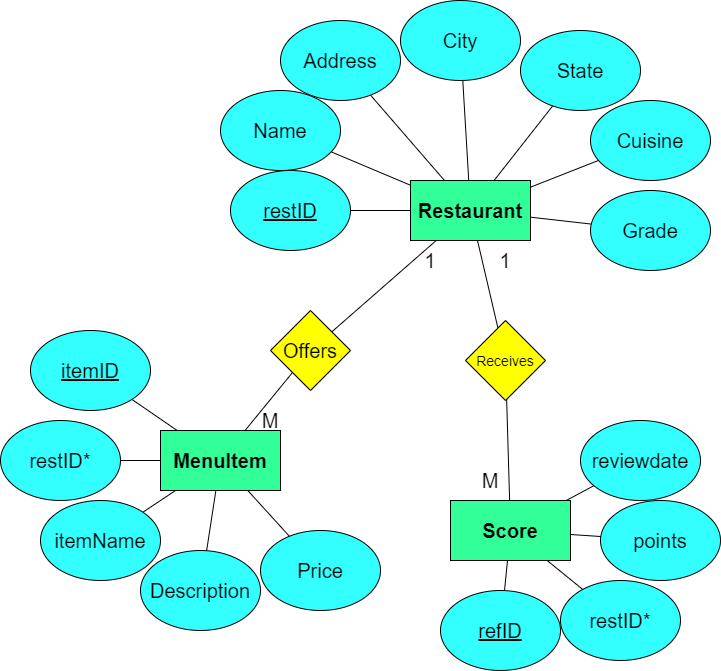
Earlier version of the draw.io export 221024_batch/w9/2022_12_19_SQL/restaurants_erd.png (221024-NET/AkhilB). Source tidied: cells renumbered, new cells last; positions are measured from the earlier drawing's top-left corner, leaving out a move shared by most shapes.
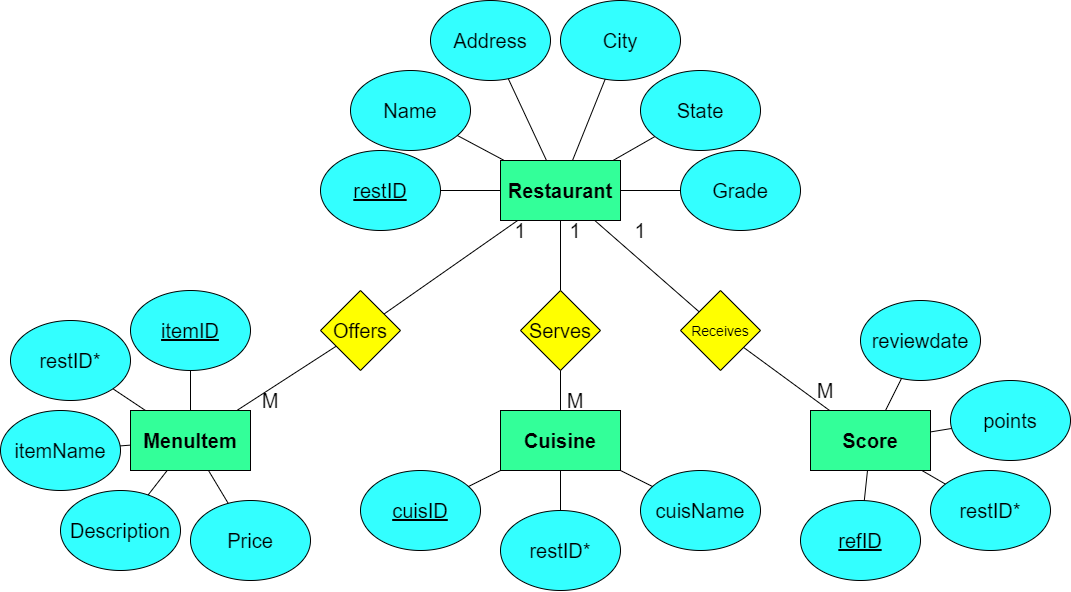
Above is the later version.

Diff of the diagram source:
```diff
@@ -5,3 +5,3 @@
     <mxCell id="2" style="group;" parent="1" vertex="1">
-      <mxGeometry x="220" y="90" width="120" height="80" as="geometry" />
+      <mxGeometry x="260" y="90" width="120" height="80" as="geometry" />
     </mxCell>
@@ -23,3 +23,3 @@
     <mxCell id="8" style="group;" parent="1" vertex="1">
-      <mxGeometry x="280" y="20" width="120" height="80" as="geometry" />
+      <mxGeometry x="340" y="20" width="120" height="80" as="geometry" />
     </mxCell>
@@ -32,3 +32,3 @@
     <mxCell id="11" style="group;" parent="1" vertex="1">
-      <mxGeometry x="400" width="120" height="80" as="geometry" />
+      <mxGeometry x="470" y="20" width="120" height="80" as="geometry" />
     </mxCell>
@@ -41,3 +41,3 @@
     <mxCell id="14" style="group;" parent="1" vertex="1">
-      <mxGeometry x="520" y="30" width="120" height="80" as="geometry" />
+      <mxGeometry x="550" y="90" width="120" height="80" as="geometry" />
     </mxCell>
@@ -50,3 +50,3 @@
     <mxCell id="17" style="group;" parent="1" vertex="1">
-      <mxGeometry x="590" y="190" width="120" height="80" as="geometry" />
+      <mxGeometry x="590" y="170" width="120" height="80" as="geometry" />
     </mxCell>
@@ -74,3 +74,3 @@
     <mxCell id="25" style="group;" parent="1" vertex="1">
-      <mxGeometry x="270" y="310" width="80" height="80" as="geometry" />
+      <mxGeometry x="230" y="310" width="80" height="80" as="geometry" />
     </mxCell>
@@ -89,9 +89,99 @@
     <mxCell id="30" value="1" style="text;html=1;strokeColor=none;fillColor=none;align=center;verticalAlign=middle;whiteSpace=wrap;rounded=0;fontSize=20;" parent="1" vertex="1">
-      <mxGeometry x="420" y="250" width="20" height="20" as="geometry" />
+      <mxGeometry x="420" y="240" width="20" height="20" as="geometry" />
     </mxCell>
+    <mxCell id="52" style="group;" parent="1" vertex="1">
+      <mxGeometry x="590" y="310" width="80" height="80" as="geometry" />
+    </mxCell>
+    <mxCell id="53" style="rhombus;whiteSpace=wrap;html=1;fontSize=20;fillColor=#FFFF00;" parent="52" vertex="1">
+      <mxGeometry width="80" height="80" as="geometry" />
+    </mxCell>
+    <mxCell id="54" value="&lt;font style=&quot;font-size: 14px;&quot;&gt;Receives&lt;/font&gt;" style="text;html=1;strokeColor=none;fillColor=none;align=center;verticalAlign=middle;whiteSpace=wrap;rounded=0;fontSize=20;" parent="52" vertex="1">
+      <mxGeometry x="10" y="20" width="60" height="35" as="geometry" />
+    </mxCell>
+    <mxCell id="55" style="endArrow=none;html=1;rounded=0;fontSize=14;" parent="1" edge="1" source="59" target="53">
+      <mxGeometry relative="1" as="geometry" />
+    </mxCell>
+    <mxCell id="56" style="endArrow=none;html=1;rounded=0;fontSize=14;" parent="1" edge="1" source="53" target="84">
+      <mxGeometry relative="1" as="geometry" />
+    </mxCell>
+    <mxCell id="57" value="1" style="text;html=1;strokeColor=none;fillColor=none;align=center;verticalAlign=middle;whiteSpace=wrap;rounded=0;fontSize=20;" parent="1" vertex="1">
+      <mxGeometry x="540" y="240" width="20" height="20" as="geometry" />
+    </mxCell>
+    <mxCell id="58" style="group;" parent="1" vertex="1">
+      <mxGeometry x="410" y="180" width="120" height="60" as="geometry" />
+    </mxCell>
+    <mxCell id="59" style="rounded=0;whiteSpace=wrap;html=1;fillColor=#33FF99;" parent="58" vertex="1">
+      <mxGeometry width="120" height="60" as="geometry" />
+    </mxCell>
+    <mxCell id="60" value="&lt;b&gt;&lt;font style=&quot;font-size: 20px;&quot;&gt;Restaurant&lt;/font&gt;&lt;/b&gt;" style="text;html=1;strokeColor=none;fillColor=#33FF99;align=center;verticalAlign=middle;whiteSpace=wrap;rounded=0;" parent="58" vertex="1">
+      <mxGeometry x="10" y="10" width="100" height="40" as="geometry" />
+    </mxCell>
+    <mxCell id="68" style="endArrow=none;html=1;" parent="1" edge="1" source="59" target="3">
+      <mxGeometry relative="1" as="geometry" />
+    </mxCell>
+    <mxCell id="90" style="group;" parent="1" vertex="1">
+      <mxGeometry x="270" y="430" width="400" height="180" as="geometry" />
+    </mxCell>
+    <mxCell id="91" style="group;" parent="90" vertex="1">
+      <mxGeometry x="140" width="120" height="60" as="geometry" />
+    </mxCell>
+    <mxCell id="92" style="rounded=0;whiteSpace=wrap;html=1;fillColor=#33FF99;" parent="91" vertex="1">
+      <mxGeometry width="120" height="60" as="geometry" />
+    </mxCell>
+    <mxCell id="66" value="&lt;span style=&quot;font-size: 20px;&quot;&gt;&lt;b&gt;Cuisine&lt;/b&gt;&lt;/span&gt;" style="text;html=1;strokeColor=none;fillColor=#33FF99;align=center;verticalAlign=middle;whiteSpace=wrap;rounded=0;" parent="91" vertex="1">
+      <mxGeometry x="10" y="10" width="100" height="40" as="geometry" />
+    </mxCell>
+    <mxCell id="93" style="group;" parent="90" vertex="1">
+      <mxGeometry y="60" width="120" height="80" as="geometry" />
+    </mxCell>
+    <mxCell id="94" style="ellipse;whiteSpace=wrap;html=1;fontSize=20;fillColor=#33FFFF;" parent="93" vertex="1">
+      <mxGeometry width="120" height="80" as="geometry" />
+    </mxCell>
+    <mxCell id="95" value="&lt;u&gt;cuisID&lt;/u&gt;" style="text;html=1;strokeColor=none;fillColor=none;align=center;verticalAlign=middle;whiteSpace=wrap;rounded=0;fontSize=20;" parent="93" vertex="1">
+      <mxGeometry x="10" y="20" width="100" height="40" as="geometry" />
+    </mxCell>
+    <mxCell id="96" style="group;" parent="90" vertex="1">
+      <mxGeometry x="140" y="100" width="120" height="80" as="geometry" />
+    </mxCell>
+    <mxCell id="97" style="ellipse;whiteSpace=wrap;html=1;fontSize=20;fillColor=#33FFFF;" parent="96" vertex="1">
+      <mxGeometry width="120" height="80" as="geometry" />
+    </mxCell>
+    <mxCell id="98" value="restID*" style="text;html=1;strokeColor=none;fillColor=none;align=center;verticalAlign=middle;whiteSpace=wrap;rounded=0;fontSize=20;" parent="96" vertex="1">
+      <mxGeometry x="10" y="20" width="100" height="40" as="geometry" />
+    </mxCell>
+    <mxCell id="99" style="group;" parent="90" vertex="1">
+      <mxGeometry x="280" y="60" width="120" height="80" as="geometry" />
+    </mxCell>
+    <mxCell id="100" style="ellipse;whiteSpace=wrap;html=1;fontSize=20;fillColor=#33FFFF;" parent="99" vertex="1">
+      <mxGeometry width="120" height="80" as="geometry" />
+    </mxCell>
+    <mxCell id="101" value="cuisName" style="text;html=1;strokeColor=none;fillColor=none;align=center;verticalAlign=middle;whiteSpace=wrap;rounded=0;fontSize=20;" parent="99" vertex="1">
+      <mxGeometry x="10" y="20" width="100" height="40" as="geometry" />
+    </mxCell>
+    <mxCell id="102" style="endArrow=none;html=1;rounded=0;" parent="90" edge="1" source="94" target="92">
+      <mxGeometry relative="1" as="geometry" />
+    </mxCell>
+    <mxCell id="103" style="endArrow=none;html=1;rounded=0;" parent="90" edge="1" source="92" target="97">
+      <mxGeometry relative="1" as="geometry" />
+    </mxCell>
+    <mxCell id="104" style="endArrow=none;html=1;rounded=0;" parent="90" edge="1" source="92" target="100">
+      <mxGeometry relative="1" as="geometry" />
+    </mxCell>
+    <mxCell id="105" style="endArrow=none;html=1;rounded=0;" parent="1" edge="1" source="107" target="59">
+      <mxGeometry relative="1" as="geometry" />
+    </mxCell>
+    <mxCell id="106" style="group;" parent="1" vertex="1">
+      <mxGeometry x="430" y="310" width="80" height="80" as="geometry" />
+    </mxCell>
+    <mxCell id="107" style="rhombus;whiteSpace=wrap;html=1;fontSize=20;fillColor=#FFFF00;" parent="106" vertex="1">
+      <mxGeometry width="80" height="80" as="geometry" />
+    </mxCell>
+    <mxCell id="108" value="Serves" style="text;html=1;strokeColor=none;fillColor=none;align=center;verticalAlign=middle;whiteSpace=wrap;rounded=0;fontSize=20;" parent="106" vertex="1">
+      <mxGeometry x="10" y="25" width="60" height="30" as="geometry" />
+    </mxCell>
     <mxCell id="31" value="M" style="text;html=1;strokeColor=none;fillColor=none;align=center;verticalAlign=middle;whiteSpace=wrap;rounded=0;fontSize=20;" parent="1" vertex="1">
-      <mxGeometry x="260" y="410" width="20" height="20" as="geometry" />
+      <mxGeometry x="170" y="410" width="20" height="20" as="geometry" />
     </mxCell>
     <mxCell id="32" style="group;" parent="1" vertex="1">
-      <mxGeometry x="30" y="330" width="120" height="80" as="geometry" />
+      <mxGeometry x="40" y="310" width="120" height="80" as="geometry" />
     </mxCell>
@@ -104,3 +194,3 @@
     <mxCell id="35" style="group;" parent="1" vertex="1">
-      <mxGeometry x="40" y="500" width="120" height="80" as="geometry" />
+      <mxGeometry x="-90" y="430" width="120" height="80" as="geometry" />
     </mxCell>
@@ -113,3 +203,3 @@
     <mxCell id="38" style="group;" parent="1" vertex="1">
-      <mxGeometry y="420" width="120" height="80" as="geometry" />
+      <mxGeometry x="-80" y="340" width="120" height="80" as="geometry" />
     </mxCell>
@@ -121,13 +211,4 @@
     </mxCell>
-    <mxCell id="41" style="group;" parent="1" vertex="1">
-      <mxGeometry x="140" y="550" width="120" height="80" as="geometry" />
-    </mxCell>
-    <mxCell id="42" style="ellipse;whiteSpace=wrap;html=1;fontSize=20;fillColor=#33FFFF;" parent="41" vertex="1">
-      <mxGeometry width="120" height="80" as="geometry" />
-    </mxCell>
-    <mxCell id="43" value="Description" style="text;html=1;strokeColor=none;fillColor=none;align=center;verticalAlign=middle;whiteSpace=wrap;rounded=0;fontSize=20;" parent="41" vertex="1">
-      <mxGeometry x="10" y="20" width="100" height="40" as="geometry" />
-    </mxCell>
     <mxCell id="44" style="group;" parent="1" vertex="1">
-      <mxGeometry x="260" y="530" width="120" height="80" as="geometry" />
+      <mxGeometry x="100" y="520" width="120" height="80" as="geometry" />
     </mxCell>
@@ -139,2 +220,17 @@
     </mxCell>
+    <mxCell id="61" style="group;" parent="1" vertex="1">
+      <mxGeometry x="40" y="430" width="120" height="60" as="geometry" />
+    </mxCell>
+    <mxCell id="62" style="rounded=0;whiteSpace=wrap;html=1;fillColor=#33FF99;" parent="61" vertex="1">
+      <mxGeometry width="120" height="60" as="geometry" />
+    </mxCell>
+    <mxCell id="63" value="&lt;span style=&quot;font-size: 20px;&quot;&gt;&lt;b&gt;MenuItem&lt;/b&gt;&lt;/span&gt;" style="text;html=1;strokeColor=none;fillColor=#33FF99;align=center;verticalAlign=middle;whiteSpace=wrap;rounded=0;" parent="61" vertex="1">
+      <mxGeometry x="10" y="10" width="100" height="40" as="geometry" />
+    </mxCell>
+    <mxCell id="51" style="endArrow=none;html=1;rounded=0;fontSize=20;" parent="1" edge="1" source="62" target="45">
+      <mxGeometry relative="1" as="geometry" />
+    </mxCell>
+    <mxCell id="50" style="endArrow=none;html=1;rounded=0;fontSize=20;" parent="1" edge="1" source="62" target="42">
+      <mxGeometry relative="1" as="geometry" />
+    </mxCell>
     <mxCell id="47" style="endArrow=none;html=1;rounded=0;fontSize=20;" parent="1" edge="1" source="33" target="62">
@@ -148,64 +244,10 @@
     </mxCell>
-    <mxCell id="50" style="endArrow=none;html=1;rounded=0;fontSize=20;" parent="1" edge="1" source="62" target="42">
-      <mxGeometry relative="1" as="geometry" />
-    </mxCell>
-    <mxCell id="51" style="endArrow=none;html=1;rounded=0;fontSize=20;" parent="1" edge="1" source="62" target="45">
-      <mxGeometry relative="1" as="geometry" />
-    </mxCell>
-    <mxCell id="52" style="group;" parent="1" vertex="1">
-      <mxGeometry x="465" y="320" width="80" height="80" as="geometry" />
-    </mxCell>
-    <mxCell id="53" style="rhombus;whiteSpace=wrap;html=1;fontSize=20;fillColor=#FFFF00;" parent="52" vertex="1">
-      <mxGeometry width="80" height="80" as="geometry" />
-    </mxCell>
-    <mxCell id="54" value="&lt;font style=&quot;font-size: 14px;&quot;&gt;Receives&lt;/font&gt;" style="text;html=1;strokeColor=none;fillColor=none;align=center;verticalAlign=middle;whiteSpace=wrap;rounded=0;fontSize=20;" parent="52" vertex="1">
-      <mxGeometry x="10" y="20" width="60" height="35" as="geometry" />
-    </mxCell>
-    <mxCell id="55" style="endArrow=none;html=1;rounded=0;fontSize=14;" parent="1" edge="1" source="59" target="53">
-      <mxGeometry relative="1" as="geometry" />
-    </mxCell>
-    <mxCell id="56" style="endArrow=none;html=1;rounded=0;fontSize=14;" parent="1" edge="1" source="53" target="84">
-      <mxGeometry relative="1" as="geometry" />
-    </mxCell>
-    <mxCell id="57" value="1" style="text;html=1;strokeColor=none;fillColor=none;align=center;verticalAlign=middle;whiteSpace=wrap;rounded=0;fontSize=20;" parent="1" vertex="1">
-      <mxGeometry x="490" y="250" width="30" height="20" as="geometry" />
-    </mxCell>
-    <mxCell id="58" style="group;" parent="1" vertex="1">
-      <mxGeometry x="410" y="180" width="120" height="60" as="geometry" />
-    </mxCell>
-    <mxCell id="59" style="rounded=0;whiteSpace=wrap;html=1;fillColor=#33FF99;" parent="58" vertex="1">
-      <mxGeometry width="120" height="60" as="geometry" />
-    </mxCell>
-    <mxCell id="60" value="&lt;b&gt;&lt;font style=&quot;font-size: 20px;&quot;&gt;Restaurant&lt;/font&gt;&lt;/b&gt;" style="text;html=1;strokeColor=none;fillColor=#33FF99;align=center;verticalAlign=middle;whiteSpace=wrap;rounded=0;" parent="58" vertex="1">
-      <mxGeometry x="10" y="10" width="100" height="40" as="geometry" />
-    </mxCell>
-    <mxCell id="61" style="group;" parent="1" vertex="1">
-      <mxGeometry x="160" y="430" width="120" height="60" as="geometry" />
-    </mxCell>
-    <mxCell id="62" style="rounded=0;whiteSpace=wrap;html=1;fillColor=#33FF99;" parent="61" vertex="1">
-      <mxGeometry width="120" height="60" as="geometry" />
-    </mxCell>
-    <mxCell id="63" value="&lt;span style=&quot;font-size: 20px;&quot;&gt;&lt;b&gt;MenuItem&lt;/b&gt;&lt;/span&gt;" style="text;html=1;strokeColor=none;fillColor=#33FF99;align=center;verticalAlign=middle;whiteSpace=wrap;rounded=0;" parent="61" vertex="1">
-      <mxGeometry x="10" y="10" width="100" height="40" as="geometry" />
-    </mxCell>
-    <mxCell id="64" style="group;" parent="1" vertex="1">
-      <mxGeometry x="590" y="100" width="120" height="80" as="geometry" />
-    </mxCell>
-    <mxCell id="65" style="ellipse;whiteSpace=wrap;html=1;fontSize=20;fillColor=#33FFFF;" parent="64" vertex="1">
-      <mxGeometry width="120" height="80" as="geometry" />
-    </mxCell>
-    <mxCell id="66" value="Cuisine" style="text;html=1;strokeColor=none;fillColor=none;align=center;verticalAlign=middle;whiteSpace=wrap;rounded=0;fontSize=20;" parent="64" vertex="1">
-      <mxGeometry x="10" y="20" width="100" height="40" as="geometry" />
-    </mxCell>
-    <mxCell id="67" style="endArrow=none;html=1;rounded=0;" parent="1" edge="1" source="65" target="59">
-      <mxGeometry relative="1" as="geometry" />
-    </mxCell>
-    <mxCell id="68" style="endArrow=none;html=1;" parent="1" edge="1" source="59" target="3">
-      <mxGeometry relative="1" as="geometry" />
-    </mxCell>
-    <mxCell id="69" style="group;" parent="1" vertex="1">
-      <mxGeometry x="440" y="420" width="280" height="250" as="geometry" />
-    </mxCell>
+    <mxCell id="109" style="endArrow=none;html=1;rounded=0;" parent="1" edge="1" source="92" target="107">
+      <mxGeometry relative="1" as="geometry" />
+    </mxCell>
+    <mxCell id="110" value="1" style="text;html=1;strokeColor=none;fillColor=none;align=center;verticalAlign=middle;whiteSpace=wrap;rounded=0;fontSize=20;" parent="1" vertex="1">
+      <mxGeometry x="470" y="240" width="30" height="20" as="geometry" />
+    </mxCell>
-    <mxCell id="70" style="group;" parent="69" vertex="1">
-      <mxGeometry y="170" width="120" height="80" as="geometry" />
+    <mxCell id="70" style="group;" parent="1" vertex="1">
+      <mxGeometry x="710" y="520" width="120" height="80" as="geometry" />
     </mxCell>
@@ -217,4 +259,4 @@
     </mxCell>
-    <mxCell id="73" style="group;" parent="69" vertex="1">
-      <mxGeometry x="160" y="80" width="120" height="80" as="geometry" />
+    <mxCell id="73" style="group;" parent="1" vertex="1">
+      <mxGeometry x="860" y="400" width="120" height="80" as="geometry" />
     </mxCell>
@@ -226,4 +268,4 @@
     </mxCell>
-    <mxCell id="76" style="group;" parent="69" vertex="1">
-      <mxGeometry x="140" width="120" height="80" as="geometry" />
+    <mxCell id="76" style="group;" parent="1" vertex="1">
+      <mxGeometry x="770" y="320" width="120" height="80" as="geometry" />
     </mxCell>
@@ -235,16 +277,7 @@
     </mxCell>
-    <mxCell id="79" style="endArrow=none;html=1;rounded=0;fontSize=20;" parent="69" edge="1" source="71" target="84">
-      <mxGeometry relative="1" as="geometry" />
-    </mxCell>
-    <mxCell id="80" style="endArrow=none;html=1;rounded=0;fontSize=20;" parent="69" edge="1" source="74" target="84">
-      <mxGeometry relative="1" as="geometry" />
-    </mxCell>
-    <mxCell id="81" style="endArrow=none;html=1;rounded=0;fontSize=20;" parent="69" edge="1" source="77" target="84">
-      <mxGeometry relative="1" as="geometry" />
-    </mxCell>
-    <mxCell id="82" value="M" style="text;html=1;strokeColor=none;fillColor=none;align=center;verticalAlign=middle;whiteSpace=wrap;rounded=0;fontSize=20;" parent="69" vertex="1">
-      <mxGeometry x="40" y="50" width="20" height="20" as="geometry" />
+    <mxCell id="82" value="M" style="text;html=1;strokeColor=none;fillColor=none;align=center;verticalAlign=middle;whiteSpace=wrap;rounded=0;fontSize=20;" parent="1" vertex="1">
+      <mxGeometry x="720" y="400" width="30" height="20" as="geometry" />
     </mxCell>
-    <mxCell id="83" style="group;" parent="69" vertex="1">
-      <mxGeometry x="10" y="80" width="120" height="60" as="geometry" />
+    <mxCell id="83" style="group;" parent="1" vertex="1">
+      <mxGeometry x="720" y="430" width="120" height="60" as="geometry" />
     </mxCell>
@@ -256,4 +289,4 @@
     </mxCell>
-    <mxCell id="86" style="group;" parent="69" vertex="1">
-      <mxGeometry x="120" y="160" width="120" height="80" as="geometry" />
+    <mxCell id="86" style="group;" parent="1" vertex="1">
+      <mxGeometry x="840" y="490" width="120" height="80" as="geometry" />
     </mxCell>
@@ -265,5 +298,26 @@
     </mxCell>
+    <mxCell id="79" style="endArrow=none;html=1;rounded=0;fontSize=20;" parent="1" edge="1" source="71" target="84">
+      <mxGeometry relative="1" as="geometry" />
+    </mxCell>
+    <mxCell id="80" style="endArrow=none;html=1;rounded=0;fontSize=20;" parent="1" edge="1" source="74" target="84">
+      <mxGeometry relative="1" as="geometry" />
+    </mxCell>
+    <mxCell id="81" style="endArrow=none;html=1;rounded=0;fontSize=20;" parent="1" edge="1" source="77" target="84">
+      <mxGeometry relative="1" as="geometry" />
+    </mxCell>
-    <mxCell id="89" style="endArrow=none;html=1;rounded=0;fontSize=14;fontColor=#33FF99;" parent="69" edge="1" source="87" target="84">
+    <mxCell id="89" style="endArrow=none;html=1;rounded=0;fontSize=14;fontColor=#33FF99;" parent="1" edge="1" source="87" target="84">
       <mxGeometry relative="1" as="geometry" />
     </mxCell>
+    <mxCell id="111" value="M" style="text;html=1;strokeColor=none;fillColor=none;align=center;verticalAlign=middle;whiteSpace=wrap;rounded=0;fontSize=20;" parent="1" vertex="1">
+      <mxGeometry x="475" y="410" width="20" height="20" as="geometry" />
+    </mxCell>
+    <mxCell id="112" style="group;" parent="1" vertex="1">
+      <mxGeometry x="-30" y="510" width="120" height="80" as="geometry" />
+    </mxCell>
+    <mxCell id="42" style="ellipse;whiteSpace=wrap;html=1;fontSize=20;fillColor=#33FFFF;" parent="112" vertex="1">
+      <mxGeometry width="120" height="80" as="geometry" />
+    </mxCell>
+    <mxCell id="43" value="Description" style="text;html=1;strokeColor=none;fillColor=none;align=center;verticalAlign=middle;whiteSpace=wrap;rounded=0;fontSize=20;" parent="112" vertex="1">
+      <mxGeometry x="10" y="20" width="100" height="40" as="geometry" />
+    </mxCell>
   </root>
```
